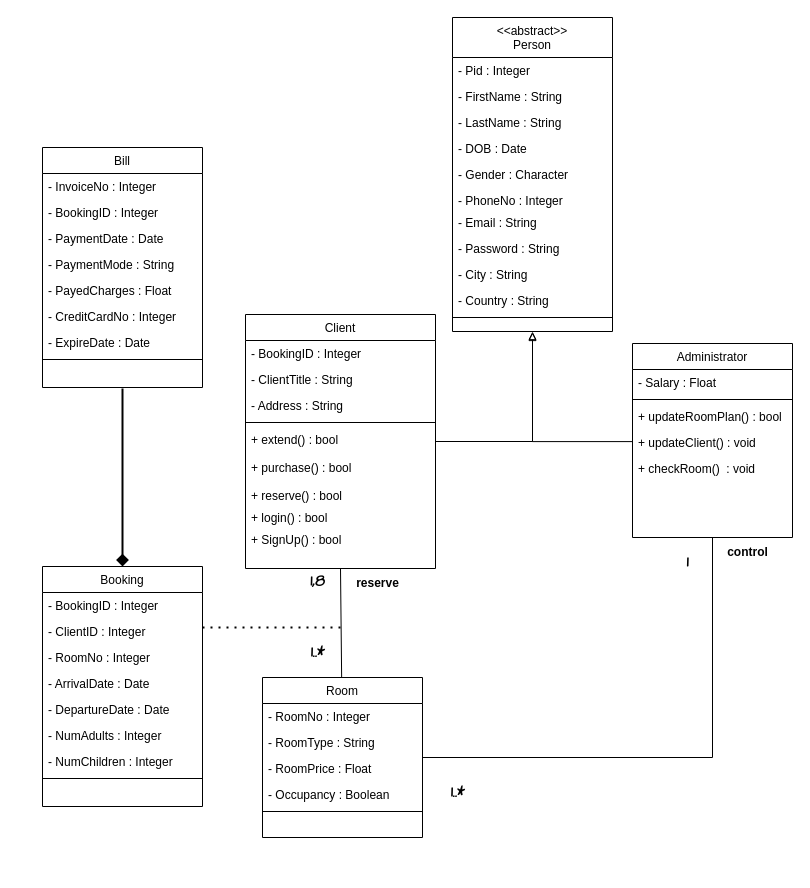
ayman-gassi/Hotel-management keeps this draw.io diagram as UML/HotelClassDiagram.drawio. Above is the earlier version. Source tidied: cells renumbered, new cells numbered last; positions are measured from the earlier drawing's top-left corner, leaving out a move shared by most shapes. Both pictures are drawn from the tidied source at 100%, with x=0, y=0 at pixel (42, 17).
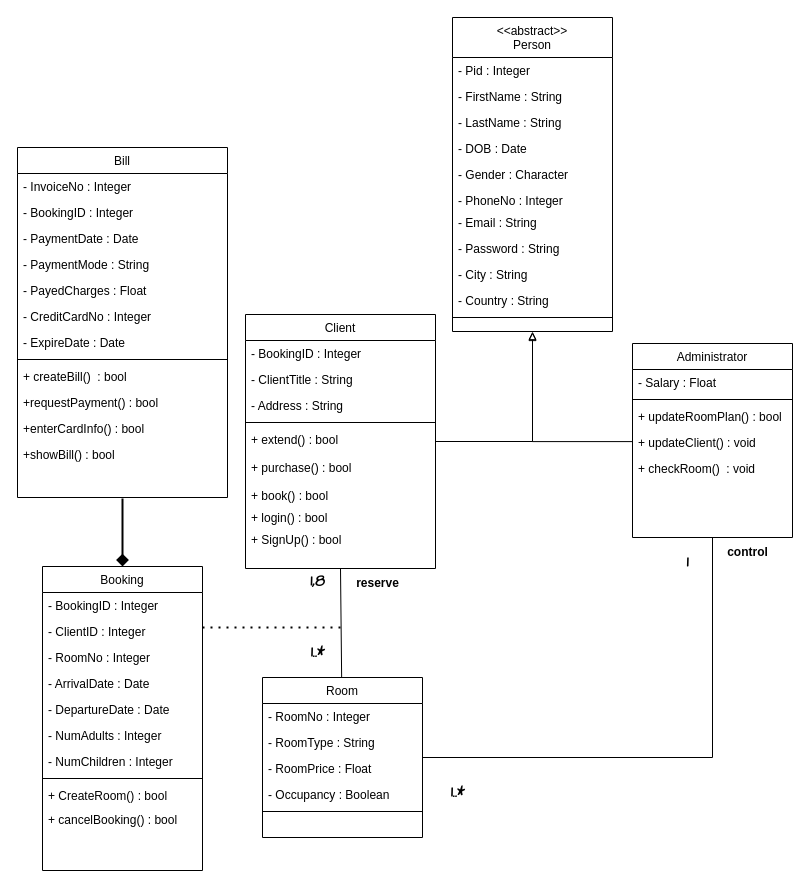
The same page after the edit.

Commit message (it also covers changes not shown here):
UPDATE Sequence DIAGRAM V2

The change refers to these unchanged cells:
```xml
<mxCell id="12" value="Client" style="swimlane;fontStyle=0;align=center;verticalAlign=top;horizontal=1;startSize=26;rounded=0;shadow=0;strokeWidth=1;" parent="1" vertex="1">
  <mxGeometry x="203" y="297" width="190" height="254" as="geometry" />
</mxCell>
```

What changed in the source:
```diff
@@
     <mxCell id="2" value="Booking" style="swimlane;fontStyle=0;align=center;verticalAlign=top;horizontal=1;startSize=26;rounded=0;shadow=0;strokeWidth=1;" parent="1" vertex="1">
-      <mxGeometry y="549" width="160" height="240" as="geometry" />
+      <mxGeometry y="549" width="160" height="304" as="geometry" />
     </mxCell>
@@
+    <mxCell id="66" value="+ CreateRoom() : bool" style="text;align=left;verticalAlign=top;spacingLeft=4;spacingRight=4;overflow=hidden;rounded=0;shadow=0;html=0;" parent="2" vertex="1">
+      <mxGeometry y="216" width="160" height="24" as="geometry" />
+    </mxCell>
+    <mxCell id="67" value="+ cancelBooking() : bool" style="text;align=left;verticalAlign=top;spacingLeft=4;spacingRight=4;overflow=hidden;rounded=0;shadow=0;html=0;" parent="2" vertex="1">
+      <mxGeometry y="240" width="160" height="44" as="geometry" />
+    </mxCell>
@@
-    <mxCell id="19" value="+ reserve() : bool" style="text;align=left;verticalAlign=top;spacingLeft=4;spacingRight=4;overflow=hidden;rounded=0;shadow=0;html=0;" parent="12" vertex="1">
+    <mxCell id="19" value="+ book() : bool" style="text;align=left;verticalAlign=top;spacingLeft=4;spacingRight=4;overflow=hidden;rounded=0;shadow=0;html=0;" parent="12" vertex="1">
       <mxGeometry y="168" width="190" height="22" as="geometry" />
     </mxCell>
@@
     <mxCell id="23" value="Bill" style="swimlane;fontStyle=0;align=center;verticalAlign=top;horizontal=1;startSize=26;rounded=0;shadow=0;strokeWidth=1;" parent="1" vertex="1">
-      <mxGeometry y="130" width="160" height="240" as="geometry" />
+      <mxGeometry x="-25" y="130" width="210" height="350" as="geometry" />
     </mxCell>
     <mxCell id="24" value="- InvoiceNo : Integer" style="text;align=left;verticalAlign=top;spacingLeft=4;spacingRight=4;overflow=hidden;" parent="23" vertex="1">
-      <mxGeometry y="26" width="160" height="26" as="geometry" />
+      <mxGeometry y="26" width="210" height="26" as="geometry" />
     </mxCell>
     <mxCell id="25" value="- BookingID : Integer" style="text;align=left;verticalAlign=top;spacingLeft=4;spacingRight=4;overflow=hidden;" parent="23" vertex="1">
-      <mxGeometry y="52" width="160" height="26" as="geometry" />
+      <mxGeometry y="52" width="210" height="26" as="geometry" />
     </mxCell>
     <mxCell id="26" value="- PaymentDate : Date" style="text;align=left;verticalAlign=top;spacingLeft=4;spacingRight=4;overflow=hidden;" parent="23" vertex="1">
-      <mxGeometry y="78" width="160" height="26" as="geometry" />
+      <mxGeometry y="78" width="210" height="26" as="geometry" />
     </mxCell>
     <mxCell id="27" value="- PaymentMode : String" style="text;align=left;verticalAlign=top;spacingLeft=4;spacingRight=4;overflow=hidden;" parent="23" vertex="1">
-      <mxGeometry y="104" width="160" height="26" as="geometry" />
+      <mxGeometry y="104" width="210" height="26" as="geometry" />
     </mxCell>
     <mxCell id="28" value="- PayedCharges : Float" style="text;align=left;verticalAlign=top;spacingLeft=4;spacingRight=4;overflow=hidden;" parent="23" vertex="1">
-      <mxGeometry y="130" width="160" height="26" as="geometry" />
+      <mxGeometry y="130" width="210" height="26" as="geometry" />
     </mxCell>
     <mxCell id="29" value="- CreditCardNo : Integer" style="text;align=left;verticalAlign=top;spacingLeft=4;spacingRight=4;overflow=hidden;" parent="23" vertex="1">
-      <mxGeometry y="156" width="160" height="26" as="geometry" />
+      <mxGeometry y="156" width="210" height="26" as="geometry" />
     </mxCell>
     <mxCell id="30" value="- ExpireDate : Date" style="text;align=left;verticalAlign=top;spacingLeft=4;spacingRight=4;overflow=hidden;" parent="23" vertex="1">
-      <mxGeometry y="182" width="160" height="26" as="geometry" />
+      <mxGeometry y="182" width="210" height="26" as="geometry" />
     </mxCell>
     <mxCell id="31" style="line;html=1;strokeWidth=1;align=left;verticalAlign=middle;spacingTop=-1;spacingLeft=3;spacingRight=3;labelPosition=right;" parent="23" vertex="1">
-      <mxGeometry y="208" width="160" height="8" as="geometry" />
+      <mxGeometry y="208" width="210" height="8" as="geometry" />
     </mxCell>
+    <mxCell id="68" value="+ createBill()  : bool" style="text;align=left;verticalAlign=top;spacingLeft=4;spacingRight=4;overflow=hidden;" parent="23" vertex="1">
+      <mxGeometry y="216" width="210" height="26" as="geometry" />
+    </mxCell>
+    <mxCell id="69" value="+requestPayment() : bool" style="text;align=left;verticalAlign=top;spacingLeft=4;spacingRight=4;overflow=hidden;" parent="23" vertex="1">
+      <mxGeometry y="242" width="210" height="26" as="geometry" />
+    </mxCell>
+    <mxCell id="70" value="+enterCardInfo() : bool" style="text;align=left;verticalAlign=top;spacingLeft=4;spacingRight=4;overflow=hidden;" parent="23" vertex="1">
+      <mxGeometry y="268" width="210" height="26" as="geometry" />
+    </mxCell>
+    <mxCell id="71" value="+showBill() : bool" style="text;align=left;verticalAlign=top;spacingLeft=4;spacingRight=4;overflow=hidden;" parent="23" vertex="1">
+      <mxGeometry y="294" width="210" height="26" as="geometry" />
+    </mxCell>
```
